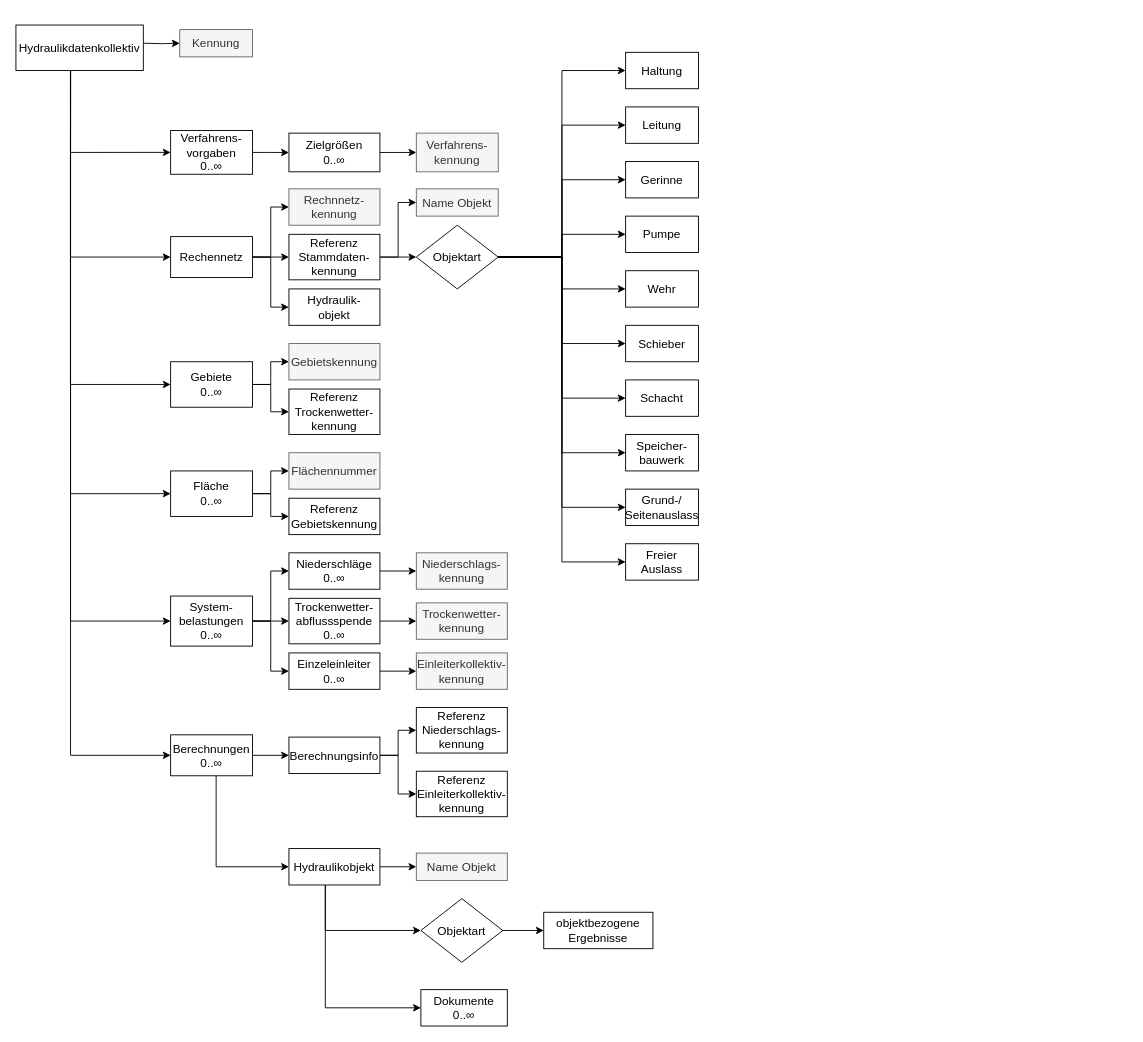
Earlier version of the draw.io diagram Grobwasser mit IFC Klassen.drawio (simonwb123/BA-ISYBAU). Source tidied: cells renumbered, new cells numbered last; positions are measured from the earlier drawing's top-left corner, leaving out a move shared by most shapes. Both pictures are drawn from the tidied source at 91%, with x=0, y=0 at pixel (15, 25).
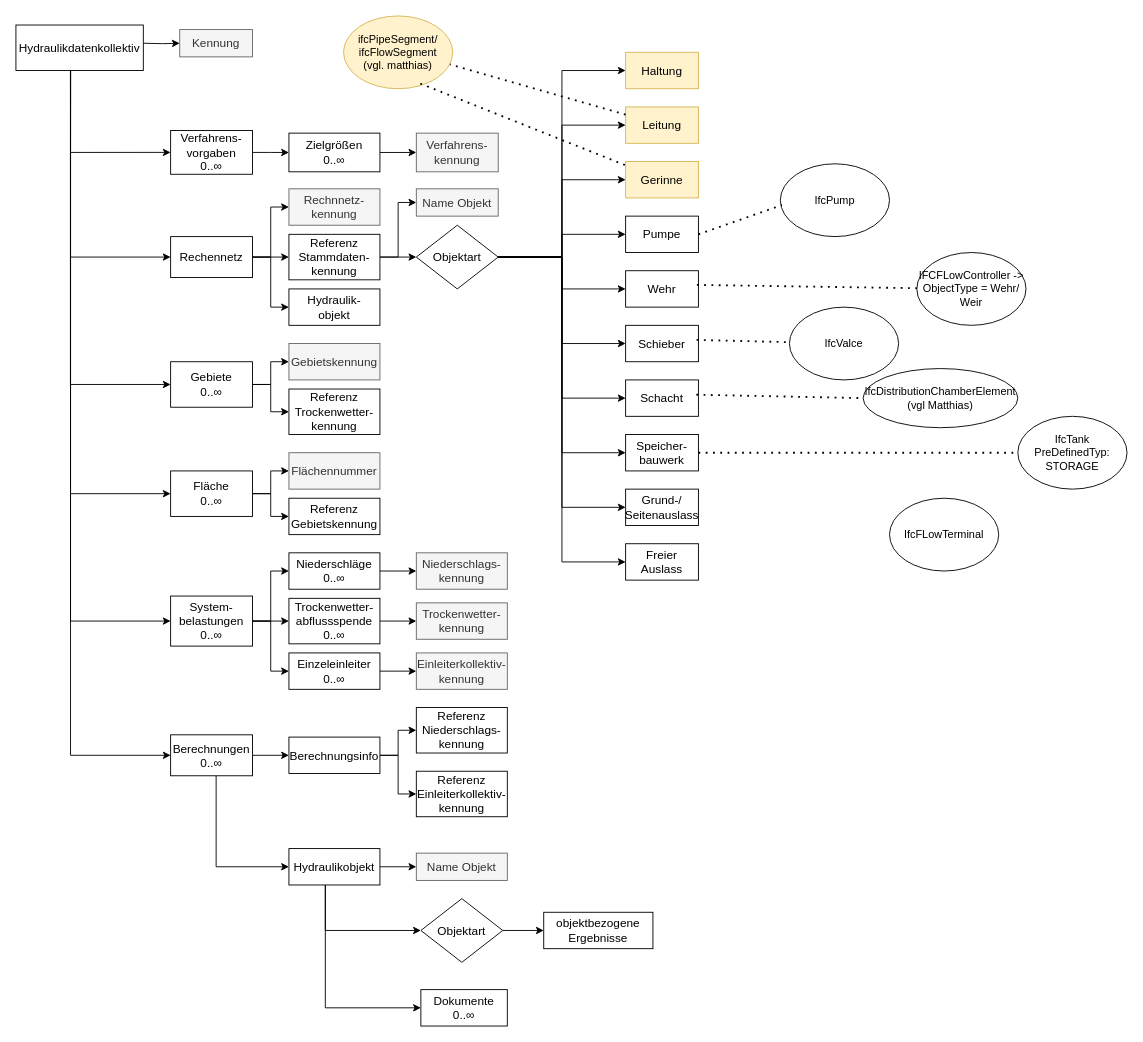
Above is the later version.

Commit message:
ifcklassenhinzugefügt- bis grund auslass

Unchanged cells that the change refers to:
```xml
<mxCell id="36" value="Pumpe" style="rounded=0;whiteSpace=wrap;html=1;fontFamily=Latin Modern;fontSize=13;" parent="1" vertex="1">
  <mxGeometry x="670" y="210" width="80" height="40" as="geometry" />
</mxCell>
<mxCell id="37" value="Wehr" style="rounded=0;whiteSpace=wrap;html=1;fontFamily=Latin Modern;fontSize=13;" parent="1" vertex="1">
  <mxGeometry x="670" y="270" width="80" height="40" as="geometry" />
</mxCell>
<mxCell id="39" value="Schacht" style="rounded=0;whiteSpace=wrap;html=1;fontFamily=Latin Modern;fontSize=13;" parent="1" vertex="1">
  <mxGeometry x="670" y="390" width="80" height="40" as="geometry" />
</mxCell>
<mxCell id="40" value="Speicher-bauwerk" style="rounded=0;whiteSpace=wrap;html=1;fontFamily=Latin Modern;fontSize=13;" parent="1" vertex="1">
  <mxGeometry x="670" y="450" width="80" height="40" as="geometry" />
</mxCell>
```

What changed in the source:
```diff
@@
-    <mxCell id="33" value="Haltung" style="rounded=0;whiteSpace=wrap;html=1;fontFamily=Latin Modern;fontSize=13;" parent="1" vertex="1">
+    <mxCell id="33" value="Haltung" style="rounded=0;whiteSpace=wrap;html=1;fontFamily=Latin Modern;fontSize=13;fillColor=#fff2cc;strokeColor=#d6b656;" parent="1" vertex="1">
       <mxGeometry x="670" y="30" width="80" height="40" as="geometry" />
     </mxCell>
-    <mxCell id="34" value="&lt;div&gt;Leitung&lt;/div&gt;" style="rounded=0;whiteSpace=wrap;html=1;fontFamily=Latin Modern;fontSize=13;" parent="1" vertex="1">
+    <mxCell id="34" value="&lt;div&gt;Leitung&lt;/div&gt;" style="rounded=0;whiteSpace=wrap;html=1;fontFamily=Latin Modern;fontSize=13;fillColor=#fff2cc;strokeColor=#d6b656;" parent="1" vertex="1">
       <mxGeometry x="670" y="90" width="80" height="40" as="geometry" />
     </mxCell>
-    <mxCell id="35" value="&lt;div&gt;Gerinne&lt;/div&gt;" style="rounded=0;whiteSpace=wrap;html=1;fontFamily=Latin Modern;fontSize=13;" parent="1" vertex="1">
+    <mxCell id="35" value="&lt;div&gt;Gerinne&lt;/div&gt;" style="rounded=0;whiteSpace=wrap;html=1;fontFamily=Latin Modern;fontSize=13;fillColor=#fff2cc;strokeColor=#d6b656;" parent="1" vertex="1">
       <mxGeometry x="670" y="150" width="80" height="40" as="geometry" />
     </mxCell>
@@
+    <mxCell id="88" value="ifcPipeSegment/&lt;br&gt;ifcFlowSegment&lt;br&gt;(vgl. matthias)" style="ellipse;whiteSpace=wrap;html=1;fillColor=#fff2cc;strokeColor=#d6b656;" parent="1" vertex="1">
+      <mxGeometry x="360" y="-10" width="120" height="80" as="geometry" />
+    </mxCell>
+    <mxCell id="89" style="endArrow=none;dashed=1;html=1;dashPattern=1 3;strokeWidth=2;rounded=0;entryX=0.035;entryY=0.132;entryDx=0;entryDy=0;entryPerimeter=0;exitX=0.703;exitY=0.929;exitDx=0;exitDy=0;exitPerimeter=0;" parent="1" edge="1" source="88" target="35">
+      <mxGeometry relative="1" as="geometry" />
+    </mxCell>
+    <mxCell id="90" style="endArrow=none;dashed=1;html=1;dashPattern=1 3;strokeWidth=2;rounded=0;entryX=0.974;entryY=0.665;entryDx=0;entryDy=0;entryPerimeter=0;" parent="1" edge="1" source="34" target="88">
+      <mxGeometry relative="1" as="geometry" />
+    </mxCell>
+    <mxCell id="91" value="IfcPump" style="ellipse;whiteSpace=wrap;html=1;" parent="1" vertex="1">
+      <mxGeometry x="840" y="152.5" width="120" height="80" as="geometry" />
+    </mxCell>
+    <mxCell id="92" style="endArrow=none;dashed=1;html=1;dashPattern=1 3;strokeWidth=2;rounded=0;entryX=0.015;entryY=0.567;entryDx=0;entryDy=0;entryPerimeter=0;exitX=1;exitY=0.5;exitDx=0;exitDy=0;" parent="1" edge="1" source="36" target="91">
+      <mxGeometry relative="1" as="geometry" />
+    </mxCell>
+    <mxCell id="93" value="IFCFLowController -&amp;gt; ObjectType = Wehr/ Weir" style="ellipse;whiteSpace=wrap;html=1;" parent="1" vertex="1">
+      <mxGeometry x="990" y="250" width="120" height="80" as="geometry" />
+    </mxCell>
+    <mxCell id="94" style="endArrow=none;dashed=1;html=1;dashPattern=1 3;strokeWidth=2;rounded=0;exitX=0.979;exitY=0.39;exitDx=0;exitDy=0;exitPerimeter=0;" parent="1" edge="1" source="37" target="93">
+      <mxGeometry relative="1" as="geometry" />
+    </mxCell>
+    <mxCell id="95" value="IfcValce" style="ellipse;whiteSpace=wrap;html=1;" parent="1" vertex="1">
+      <mxGeometry x="850" y="310" width="120" height="80" as="geometry" />
+    </mxCell>
+    <mxCell id="96" style="endArrow=none;dashed=1;html=1;dashPattern=1 3;strokeWidth=2;rounded=0;exitX=0.979;exitY=0.39;exitDx=0;exitDy=0;exitPerimeter=0;" parent="1" edge="1" target="95">
+      <mxGeometry relative="1" as="geometry">
+        <mxPoint x="748" y="346" as="sourcePoint" />
+      </mxGeometry>
+    </mxCell>
+    <mxCell id="97" value="IfcDistributionChamberElement&lt;br&gt;(vgl Matthias)" style="ellipse;whiteSpace=wrap;html=1;" parent="1" vertex="1">
+      <mxGeometry x="931" y="377.5" width="170" height="65" as="geometry" />
+    </mxCell>
+    <mxCell id="98" style="endArrow=none;dashed=1;html=1;dashPattern=1 3;strokeWidth=2;rounded=0;entryX=0;entryY=0.5;entryDx=0;entryDy=0;exitX=0.971;exitY=0.406;exitDx=0;exitDy=0;exitPerimeter=0;" parent="1" edge="1" source="39" target="97">
+      <mxGeometry relative="1" as="geometry" />
+    </mxCell>
+    <mxCell id="99" value="&lt;div&gt;IfcTank&lt;br&gt;PreDefinedTyp: STORAGE&lt;/div&gt;" style="ellipse;whiteSpace=wrap;html=1;" parent="1" vertex="1">
+      <mxGeometry x="1101" y="430" width="120" height="80" as="geometry" />
+    </mxCell>
+    <mxCell id="100" style="endArrow=none;dashed=1;html=1;dashPattern=1 3;strokeWidth=2;rounded=0;exitX=1;exitY=0.5;exitDx=0;exitDy=0;entryX=0;entryY=0.5;entryDx=0;entryDy=0;" parent="1" edge="1" source="40" target="99">
+      <mxGeometry relative="1" as="geometry" />
+    </mxCell>
+    <mxCell id="101" value="IfcFLowTerminal" style="ellipse;whiteSpace=wrap;html=1;" parent="1" vertex="1">
+      <mxGeometry x="960" y="520" width="120" height="80" as="geometry" />
+    </mxCell>
```
